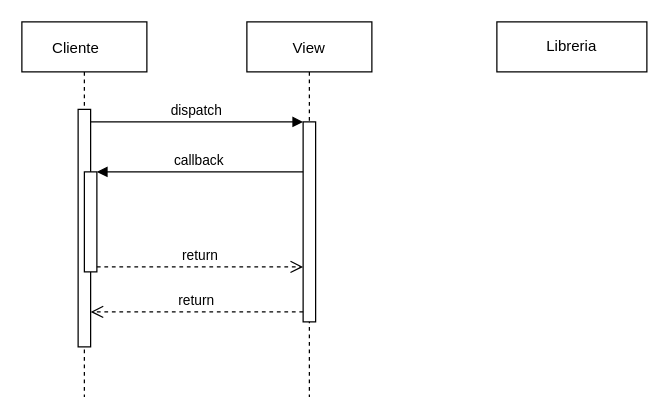
Earlier version of the draw.io diagram Diagrama sin título.drawio (NicoJimenez123/tareas). Source tidied: cells renumbered, new cells numbered last; positions are measured from the earlier drawing's top-left corner, leaving out a move shared by most shapes. Both pictures are drawn from the tidied source at 125%, with x=0, y=0 at pixel (21, 21).
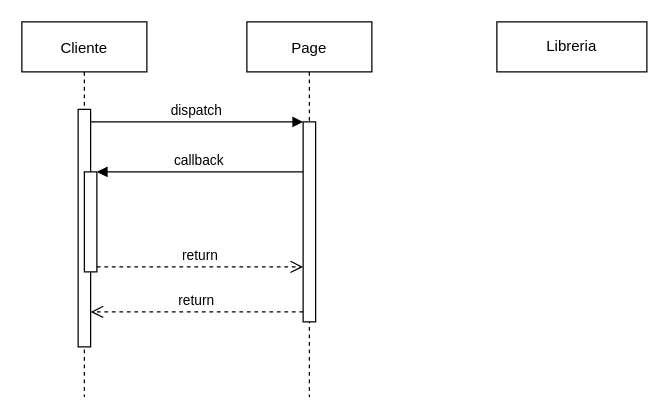
After the change.

The edit, as a diff of the source:
```diff
@@
 <mxGraphModel>
   <root>
     <mxCell id="0" />
     <mxCell id="1" parent="0" />
-    <mxCell id="2" value="Cliente    " style="shape=umlLifeline;perimeter=lifelinePerimeter;rounded=0;shadow=0;strokeWidth=1;" parent="1" vertex="1">
+    <mxCell id="2" value="Cliente" style="shape=umlLifeline;perimeter=lifelinePerimeter;rounded=0;shadow=0;strokeWidth=1;" parent="1" vertex="1">
       <mxGeometry width="100" height="300" as="geometry" />
     </mxCell>
     <mxCell id="3" style="points=[];perimeter=orthogonalPerimeter;rounded=0;shadow=0;strokeWidth=1;" parent="2" vertex="1">
       <mxGeometry x="45" y="70" width="10" height="190" as="geometry" />
     </mxCell>
     <mxCell id="4" style="points=[];perimeter=orthogonalPerimeter;rounded=0;shadow=0;strokeWidth=1;" parent="2" vertex="1">
       <mxGeometry x="50" y="120" width="10" height="80" as="geometry" />
     </mxCell>
-    <mxCell id="5" value="View" style="shape=umlLifeline;perimeter=lifelinePerimeter;rounded=0;shadow=0;strokeWidth=1;" parent="1" vertex="1">
+    <mxCell id="5" value="Page" style="shape=umlLifeline;perimeter=lifelinePerimeter;rounded=0;shadow=0;strokeWidth=1;" parent="1" vertex="1">
       <mxGeometry x="180" width="100" height="300" as="geometry" />
     </mxCell>
     <mxCell id="6" style="points=[];perimeter=orthogonalPerimeter;rounded=0;shadow=0;strokeWidth=1;" parent="5" vertex="1">
       <mxGeometry x="45" y="80" width="10" height="160" as="geometry" />
     </mxCell>
     <mxCell id="7" value="return" style="verticalAlign=bottom;endArrow=open;dashed=1;endSize=8;exitX=0;exitY=0.95;shadow=0;strokeWidth=1;" parent="1" edge="1" source="6" target="3">
       <mxGeometry relative="1" as="geometry" />
     </mxCell>
     <mxCell id="8" value="dispatch" style="verticalAlign=bottom;endArrow=block;entryX=0;entryY=0;shadow=0;strokeWidth=1;" parent="1" edge="1" source="3" target="6">
       <mxGeometry relative="1" as="geometry" />
     </mxCell>
     <mxCell id="9" value="callback" style="verticalAlign=bottom;endArrow=block;entryX=1;entryY=0;shadow=0;strokeWidth=1;" parent="1" edge="1" source="6" target="4">
       <mxGeometry relative="1" as="geometry" />
     </mxCell>
     <mxCell id="10" value="return" style="verticalAlign=bottom;endArrow=open;dashed=1;endSize=8;exitX=1;exitY=0.95;shadow=0;strokeWidth=1;" parent="1" edge="1" source="4" target="6">
       <mxGeometry relative="1" as="geometry" />
     </mxCell>
     <mxCell id="11" value="Libreria" style="whiteSpace=wrap;html=1;" parent="1" vertex="1">
       <mxGeometry x="380" width="120" height="40" as="geometry" />
     </mxCell>
   </root>
 </mxGraphModel>
```
